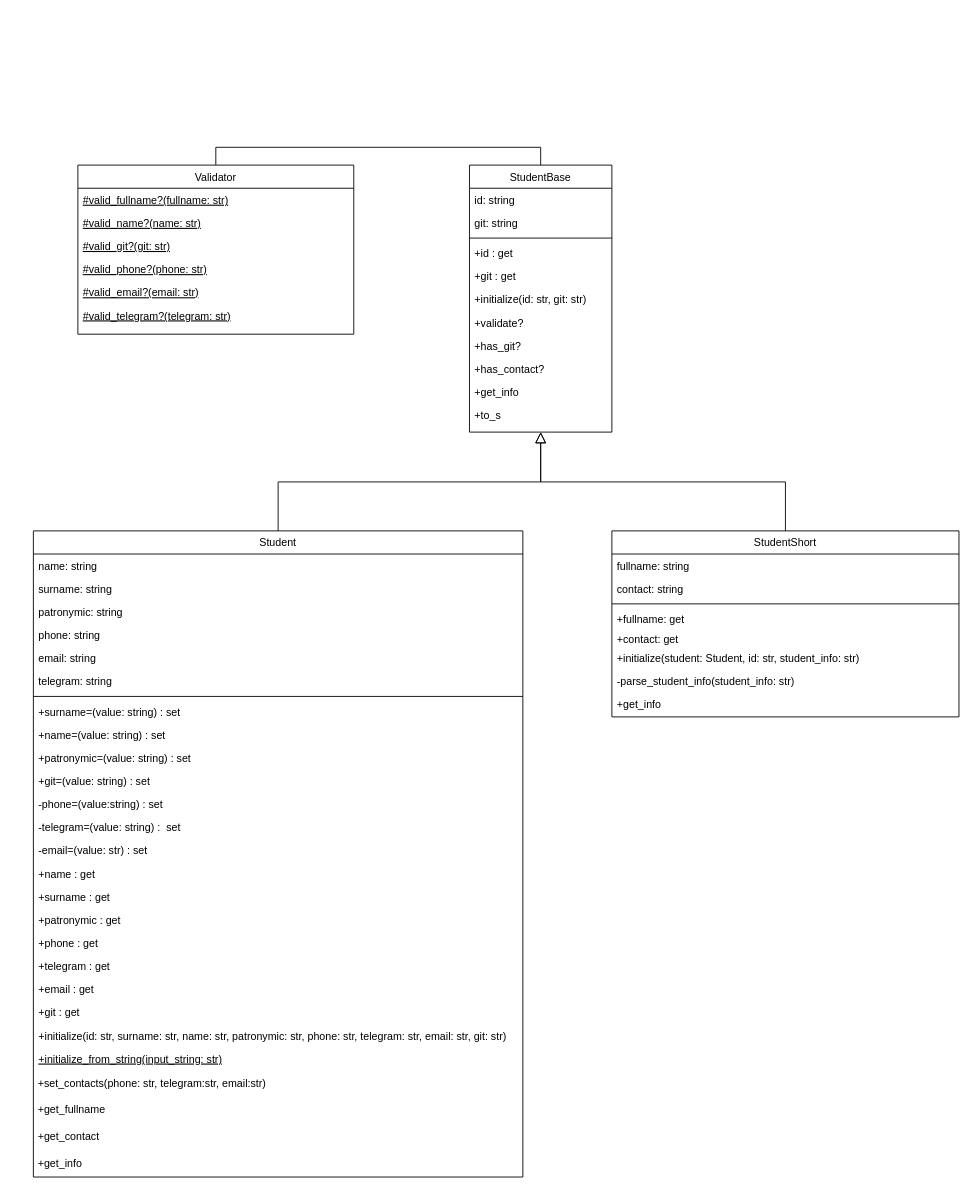
NoidHuma/programming_patterns keeps this draw.io diagram as students/diagrams/students.drawio. Above is the earlier version. Source tidied: cells renumbered, new cells numbered last; positions are measured from the earlier drawing's top-left corner, leaving out a move shared by most shapes. Both pictures are drawn from the tidied source at 89%, with x=0, y=0 at pixel (33, 165).
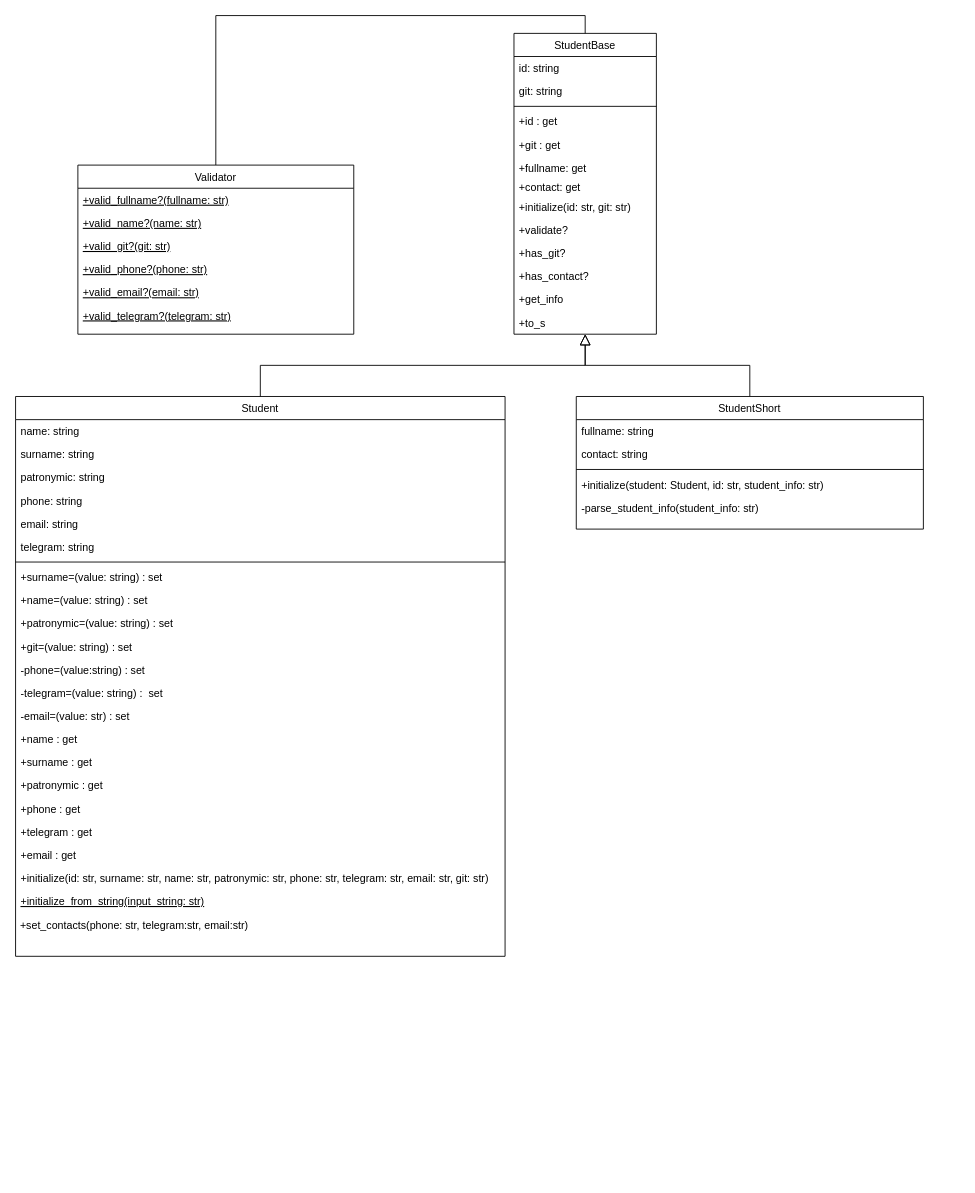
Above is the later version.

The change refers to these unchanged cells:
```xml
<mxCell id="54" value="Validator" style="swimlane;fontStyle=0;align=center;verticalAlign=top;horizontal=1;startSize=26;rounded=0;shadow=0;strokeWidth=1;" parent="1" vertex="1">
  <mxGeometry x="50" width="310" height="190" as="geometry" />
</mxCell>
```

Change to the diagram source:
```diff
@@
     <mxCell id="2" value="StudentBase" style="swimlane;fontStyle=0;align=center;verticalAlign=top;horizontal=1;startSize=26;rounded=0;shadow=0;strokeWidth=1;" parent="1" vertex="1">
-      <mxGeometry x="490" width="160" height="300" as="geometry" />
+      <mxGeometry x="540" y="-148" width="160" height="338" as="geometry" />
     </mxCell>
@@
+    <mxCell id="48" value="+fullname: get" style="text;align=left;verticalAlign=top;spacingLeft=4;spacingRight=4;overflow=hidden;" parent="2" vertex="1">
+      <mxGeometry y="138" width="160" height="22" as="geometry" />
+    </mxCell>
+    <mxCell id="49" value="+contact: get" style="text;align=left;verticalAlign=top;spacingLeft=4;spacingRight=4;overflow=hidden;" parent="2" vertex="1">
+      <mxGeometry y="160" width="160" height="22" as="geometry" />
+    </mxCell>
     <mxCell id="8" value="+initialize(id: str, git: str)" style="text;align=left;verticalAlign=top;spacingLeft=4;spacingRight=4;overflow=hidden;" parent="2" vertex="1">
-      <mxGeometry y="138" width="160" height="26" as="geometry" />
+      <mxGeometry y="182" width="160" height="26" as="geometry" />
     </mxCell>
     <mxCell id="9" value="+validate?" style="text;align=left;verticalAlign=top;spacingLeft=4;spacingRight=4;overflow=hidden;" parent="2" vertex="1">
-      <mxGeometry y="164" width="160" height="26" as="geometry" />
+      <mxGeometry y="208" width="160" height="26" as="geometry" />
     </mxCell>
     <mxCell id="10" value="+has_git?" style="text;align=left;verticalAlign=top;spacingLeft=4;spacingRight=4;overflow=hidden;" parent="2" vertex="1">
-      <mxGeometry y="190" width="160" height="26" as="geometry" />
+      <mxGeometry y="234" width="160" height="26" as="geometry" />
     </mxCell>
     <mxCell id="11" value="+has_contact?" style="text;align=left;verticalAlign=top;spacingLeft=4;spacingRight=4;overflow=hidden;" parent="2" vertex="1">
-      <mxGeometry y="216" width="160" height="26" as="geometry" />
+      <mxGeometry y="260" width="160" height="26" as="geometry" />
     </mxCell>
     <mxCell id="12" value="+get_info" style="text;align=left;verticalAlign=top;spacingLeft=4;spacingRight=4;overflow=hidden;" parent="2" vertex="1">
-      <mxGeometry y="242" width="160" height="26" as="geometry" />
+      <mxGeometry y="286" width="160" height="26" as="geometry" />
     </mxCell>
     <mxCell id="13" value="+to_s" style="text;align=left;verticalAlign=top;spacingLeft=4;spacingRight=4;overflow=hidden;" parent="2" vertex="1">
-      <mxGeometry y="268" width="160" height="26" as="geometry" />
+      <mxGeometry y="312" width="160" height="26" as="geometry" />
     </mxCell>
     <mxCell id="14" value="Student" style="swimlane;fontStyle=0;align=center;verticalAlign=top;horizontal=1;startSize=26;rounded=0;shadow=0;strokeWidth=1;" parent="1" vertex="1">
-      <mxGeometry y="411" width="550" height="726" as="geometry" />
+      <mxGeometry x="-20" y="260" width="550" height="629" as="geometry" />
     </mxCell>
@@
-    <mxCell id="35" value="+git : get" style="text;align=left;verticalAlign=top;spacingLeft=4;spacingRight=4;overflow=hidden;" parent="14" vertex="1">
-      <mxGeometry y="528" width="550" height="26" as="geometry" />
-    </mxCell>
     <mxCell id="36" value="+initialize(id: str, surname: str, name: str, patronymic: str, phone: str, telegram: str, email: str, git: str)" style="text;align=left;verticalAlign=top;spacingLeft=4;spacingRight=4;overflow=hidden;" parent="14" vertex="1">
-      <mxGeometry y="554" width="550" height="26" as="geometry" />
+      <mxGeometry y="528" width="550" height="26" as="geometry" />
     </mxCell>
     <mxCell id="37" value="+initialize_from_string(input_string: str)" style="text;align=left;verticalAlign=top;spacingLeft=4;spacingRight=4;overflow=hidden;fontStyle=4;" parent="14" vertex="1">
-      <mxGeometry y="580" width="550" height="26" as="geometry" />
+      <mxGeometry y="554" width="550" height="26" as="geometry" />
     </mxCell>
     <mxCell id="38" value="&amp;nbsp;+set_contacts(phone: str, telegram:str, email:str)" style="text;html=1;align=left;verticalAlign=middle;whiteSpace=wrap;rounded=0;" parent="14" vertex="1">
-      <mxGeometry y="606" width="550" height="30" as="geometry" />
+      <mxGeometry y="580" width="550" height="30" as="geometry" />
     </mxCell>
-    <mxCell id="39" value="&amp;nbsp;+get_fullname" style="text;html=1;align=left;verticalAlign=middle;whiteSpace=wrap;rounded=0;" parent="14" vertex="1">
-      <mxGeometry y="636" width="550" height="30" as="geometry" />
-    </mxCell>
-    <mxCell id="40" value="&amp;nbsp;+get_contact" style="text;html=1;align=left;verticalAlign=middle;whiteSpace=wrap;rounded=0;" parent="14" vertex="1">
-      <mxGeometry y="666" width="550" height="30" as="geometry" />
-    </mxCell>
-    <mxCell id="41" value="&amp;nbsp;+get_info" style="text;html=1;align=left;verticalAlign=middle;whiteSpace=wrap;rounded=0;" parent="14" vertex="1">
-      <mxGeometry y="696" width="550" height="30" as="geometry" />
-    </mxCell>
@@
     <mxCell id="44" value="StudentShort" style="swimlane;fontStyle=0;align=center;verticalAlign=top;horizontal=1;startSize=26;rounded=0;shadow=0;strokeWidth=1;" parent="1" vertex="1">
-      <mxGeometry x="650" y="411" width="390" height="209" as="geometry" />
+      <mxGeometry x="610" y="260" width="390" height="149" as="geometry" />
     </mxCell>
@@
-    <mxCell id="48" value="+fullname: get" style="text;align=left;verticalAlign=top;spacingLeft=4;spacingRight=4;overflow=hidden;" parent="44" vertex="1">
-      <mxGeometry y="86" width="390" height="22" as="geometry" />
-    </mxCell>
-    <mxCell id="49" value="+contact: get" style="text;align=left;verticalAlign=top;spacingLeft=4;spacingRight=4;overflow=hidden;" parent="44" vertex="1">
-      <mxGeometry y="108" width="390" height="22" as="geometry" />
-    </mxCell>
     <mxCell id="50" value="+initialize(student: Student, id: str, student_info: str)" style="text;align=left;verticalAlign=top;spacingLeft=4;spacingRight=4;overflow=hidden;" parent="44" vertex="1">
-      <mxGeometry y="130" width="390" height="26" as="geometry" />
+      <mxGeometry y="86" width="390" height="26" as="geometry" />
     </mxCell>
     <mxCell id="51" value="-parse_student_info(student_info: str)" style="text;align=left;verticalAlign=top;spacingLeft=4;spacingRight=4;overflow=hidden;" parent="44" vertex="1">
-      <mxGeometry y="156" width="390" height="26" as="geometry" />
+      <mxGeometry y="112" width="390" height="26" as="geometry" />
     </mxCell>
-    <mxCell id="52" value="+get_info" style="text;align=left;verticalAlign=top;spacingLeft=4;spacingRight=4;overflow=hidden;" parent="44" vertex="1">
-      <mxGeometry y="182" width="390" height="26" as="geometry" />
-    </mxCell>
@@
-    <mxCell id="55" value="#valid_fullname?(fullname: str)" style="text;align=left;verticalAlign=top;spacingLeft=4;spacingRight=4;overflow=hidden;fontStyle=4;" parent="54" vertex="1">
+    <mxCell id="55" value="+valid_fullname?(fullname: str)" style="text;align=left;verticalAlign=top;spacingLeft=4;spacingRight=4;overflow=hidden;fontStyle=4;" parent="54" vertex="1">
       <mxGeometry y="26" width="310" height="26" as="geometry" />
     </mxCell>
-    <mxCell id="56" value="#valid_name?(name: str)" style="text;align=left;verticalAlign=top;spacingLeft=4;spacingRight=4;overflow=hidden;fontStyle=4;" parent="54" vertex="1">
+    <mxCell id="56" value="+valid_name?(name: str)" style="text;align=left;verticalAlign=top;spacingLeft=4;spacingRight=4;overflow=hidden;fontStyle=4;" parent="54" vertex="1">
       <mxGeometry y="52" width="310" height="26" as="geometry" />
     </mxCell>
-    <mxCell id="57" value="#valid_git?(git: str)" style="text;align=left;verticalAlign=top;spacingLeft=4;spacingRight=4;overflow=hidden;fontStyle=4;" parent="54" vertex="1">
+    <mxCell id="57" value="+valid_git?(git: str)" style="text;align=left;verticalAlign=top;spacingLeft=4;spacingRight=4;overflow=hidden;fontStyle=4;" parent="54" vertex="1">
       <mxGeometry y="78" width="310" height="26" as="geometry" />
     </mxCell>
-    <mxCell id="58" value="#valid_phone?(phone: str)" style="text;align=left;verticalAlign=top;spacingLeft=4;spacingRight=4;overflow=hidden;fontStyle=4;" parent="54" vertex="1">
+    <mxCell id="58" value="+valid_phone?(phone: str)" style="text;align=left;verticalAlign=top;spacingLeft=4;spacingRight=4;overflow=hidden;fontStyle=4;" parent="54" vertex="1">
       <mxGeometry y="104" width="310" height="26" as="geometry" />
     </mxCell>
-    <mxCell id="59" value="#valid_email?(email: str)" style="text;align=left;verticalAlign=top;spacingLeft=4;spacingRight=4;overflow=hidden;fontStyle=4;" parent="54" vertex="1">
+    <mxCell id="59" value="+valid_email?(email: str)" style="text;align=left;verticalAlign=top;spacingLeft=4;spacingRight=4;overflow=hidden;fontStyle=4;" parent="54" vertex="1">
       <mxGeometry y="130" width="310" height="26" as="geometry" />
     </mxCell>
-    <mxCell id="60" value="#valid_telegram?(telegram: str)" style="text;align=left;verticalAlign=top;spacingLeft=4;spacingRight=4;overflow=hidden;fontStyle=4;" parent="54" vertex="1">
+    <mxCell id="60" value="+valid_telegram?(telegram: str)" style="text;align=left;verticalAlign=top;spacingLeft=4;spacingRight=4;overflow=hidden;fontStyle=4;" parent="54" vertex="1">
       <mxGeometry y="156" width="310" height="26" as="geometry" />
     </mxCell>
```
